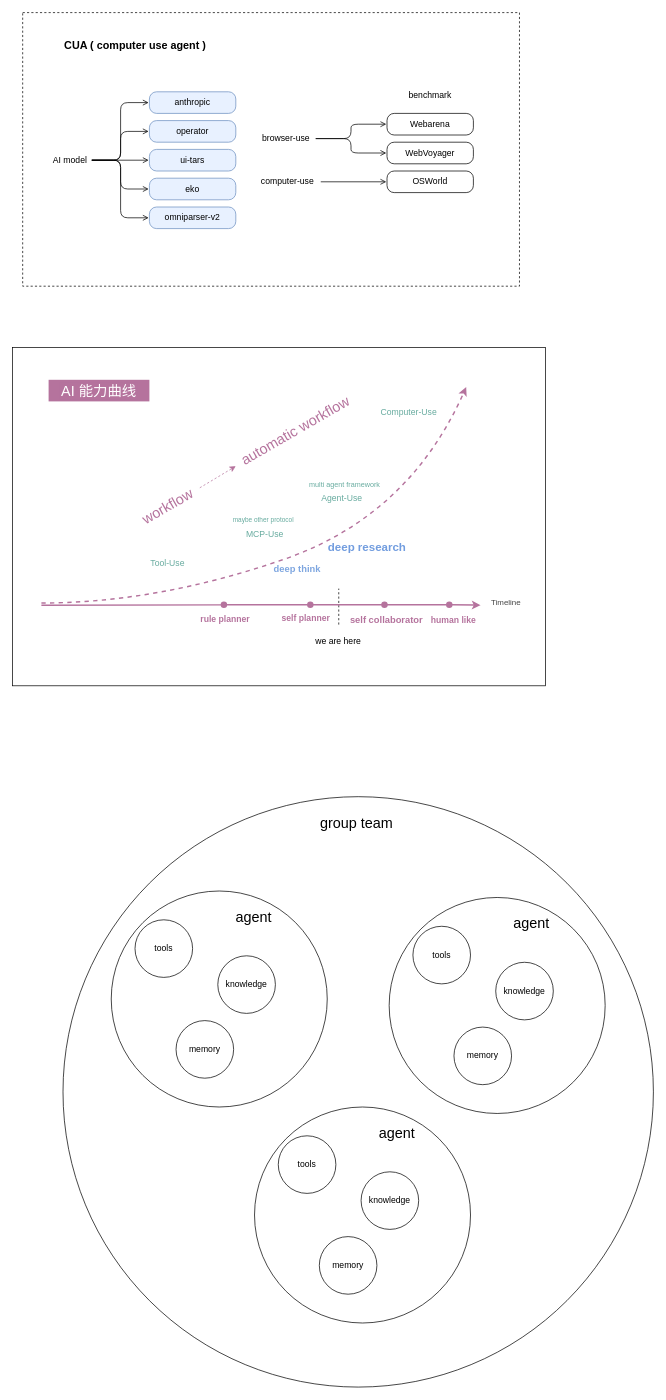
Above: computer-use.drawio in axtrur/awsome-ai-agent (draw.io), before the change. Source tidied: cells renumbered, new cells numbered last; positions are measured from the earlier drawing's top-left corner, leaving out a move shared by most shapes. Both pictures are drawn from the tidied source at 72%, with x=0, y=0 at pixel (12, 12).
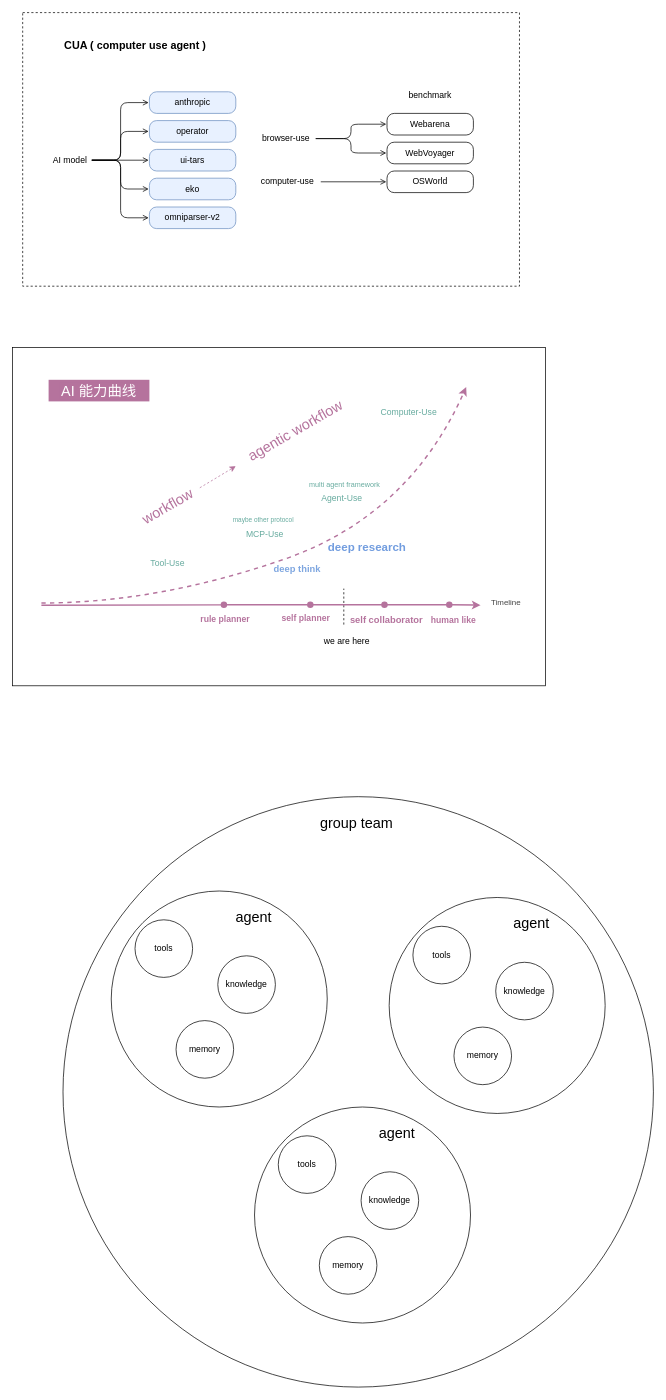
Above is the later version.

Change to the diagram source:
```diff
@@
     <mxCell id="37" style="endArrow=none;html=1;rounded=0;dashed=1;fontColor=#67AB9F;" parent="1" edge="1">
       <mxGeometry relative="1" as="geometry">
-        <mxPoint x="453" y="850" as="sourcePoint" />
-        <mxPoint x="453" y="800" as="targetPoint" />
+        <mxPoint x="460" y="850" as="sourcePoint" />
+        <mxPoint x="460" y="800" as="targetPoint" />
       </mxGeometry>
     </mxCell>
     <mxCell id="38" value="we are here" style="text;html=1;align=center;verticalAlign=middle;strokeColor=none;fillColor=none;" parent="1" vertex="1">
-      <mxGeometry x="407" y="859" width="90" height="30" as="geometry" />
+      <mxGeometry x="419" y="859" width="90" height="30" as="geometry" />
     </mxCell>
@@
-    <mxCell id="54" value="automatic workflow" style="text;html=1;align=center;verticalAlign=middle;whiteSpace=wrap;rounded=0;fontFamily=Helvetica;fontSize=20;fontColor=#B5739D;rotation=-30;" parent="1" vertex="1">
+    <mxCell id="54" value="agentic workflow" style="text;html=1;align=center;verticalAlign=middle;whiteSpace=wrap;rounded=0;fontFamily=Helvetica;fontSize=20;fontColor=#B5739D;rotation=-30;" parent="1" vertex="1">
       <mxGeometry x="297.8" y="565" width="188.5" height="30" as="geometry" />
     </mxCell>
```
